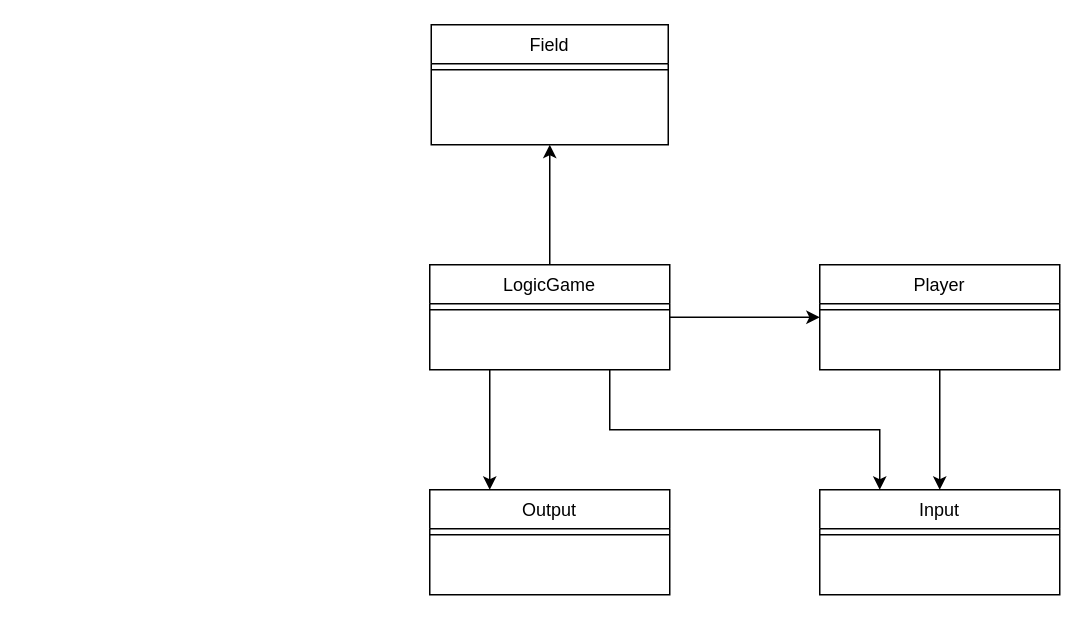
Earlier version of the draw.io diagram Крестики-нолики.drawio (VanyatkaU/job4j_design). Source tidied: cells renumbered, new cells numbered last; positions are measured from the earlier drawing's top-left corner, leaving out a move shared by most shapes. Both pictures are drawn from the tidied source at 150%, with x=0, y=0 at pixel (429, 24).
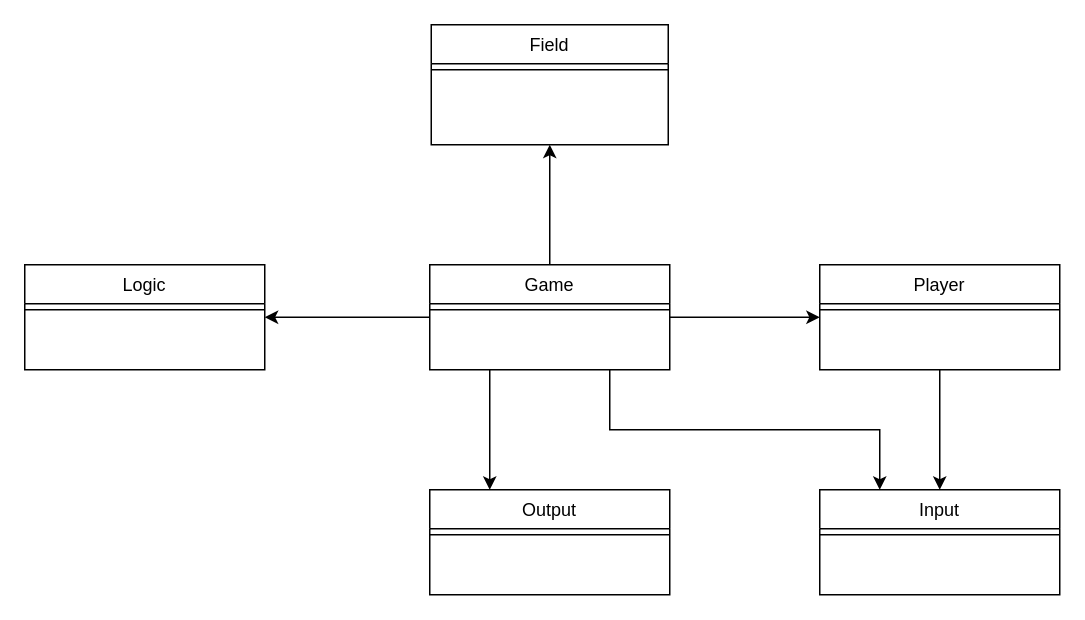
Above is the later version.

Commit message (it also covers changes not shown here):
2. Крестики-нолики. Тестовое задание. [#793 #377258]

Change to the diagram source:
```diff
@@
-    <mxCell id="4" value="LogicGame" style="swimlane;fontStyle=0;align=center;verticalAlign=top;horizontal=1;startSize=26;rounded=0;shadow=0;strokeWidth=1;" parent="1" vertex="1">
+    <mxCell id="4" value="Game" style="swimlane;fontStyle=0;align=center;verticalAlign=top;horizontal=1;startSize=26;rounded=0;shadow=0;strokeWidth=1;" parent="1" vertex="1">
       <mxGeometry y="160" width="160" height="70" as="geometry" />
     </mxCell>
@@
+    <mxCell id="17" value="Logic" style="swimlane;fontStyle=0;align=center;verticalAlign=top;horizontal=1;startSize=26;rounded=0;shadow=0;strokeWidth=1;" parent="1" vertex="1">
+      <mxGeometry x="-270" y="160" width="160" height="70" as="geometry" />
+    </mxCell>
+    <mxCell id="18" style="line;html=1;strokeWidth=1;align=left;verticalAlign=middle;spacingTop=-1;spacingLeft=3;spacingRight=3;labelPosition=right;" parent="17" vertex="1">
+      <mxGeometry y="26" width="160" height="8" as="geometry" />
+    </mxCell>
+    <mxCell id="19" style="endArrow=classic;html=1;rounded=0;exitX=0;exitY=0.5;exitDx=0;exitDy=0;entryX=1;entryY=0.5;entryDx=0;entryDy=0;" parent="1" edge="1" source="4" target="17">
+      <mxGeometry relative="1" as="geometry" />
+    </mxCell>
```
